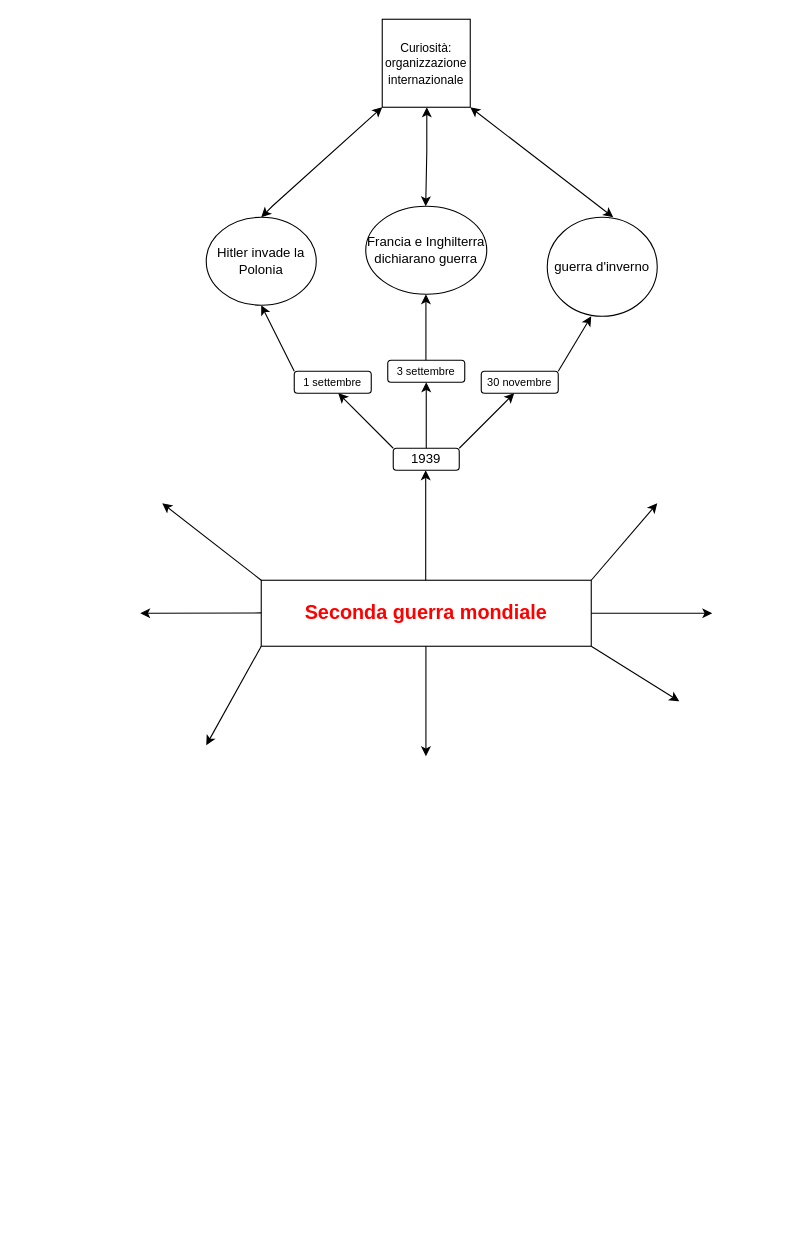
The draw.io diagram Diagramma senza titolo.drawio in alice-caroli/ww2site, before the edit. Source tidied: cells renumbered, new cells numbered last; positions are measured from the earlier drawing's top-left corner, leaving out a move shared by most shapes. Both pictures are drawn from the tidied source at 110%, with x=0, y=0 at pixel (140, 19).
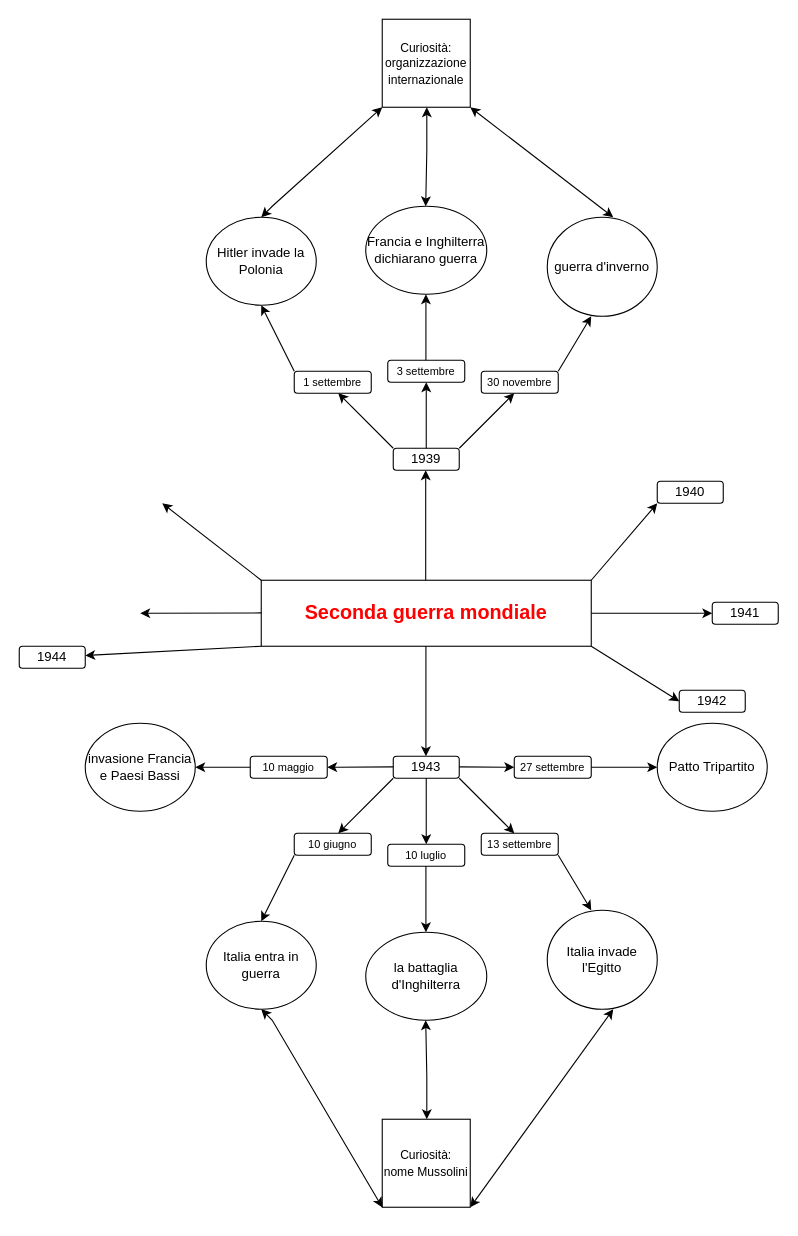
The same page after the edit.

Commit message (it also covers changes not shown here):
mappa concettuale

Diff of the diagram source:
```diff
@@
-    <mxCell id="7" style="endArrow=classic;html=1;rounded=0;" parent="1" edge="1">
+    <mxCell id="7" style="endArrow=classic;html=1;rounded=0;" parent="1" edge="1" source="61">
       <mxGeometry relative="1" as="geometry">
-        <mxPoint x="110" y="570" as="sourcePoint" />
-        <mxPoint x="60" y="660" as="targetPoint" />
+        <mxPoint x="-60" y="590" as="targetPoint" />
       </mxGeometry>
     </mxCell>
@@
+    <mxCell id="29" value="invasione Francia e Paesi Bassi" style="ellipse;whiteSpace=wrap;html=1;" parent="1" vertex="1">
+      <mxGeometry x="-50" y="640" width="100" height="80" as="geometry" />
+    </mxCell>
+    <mxCell id="30" value="Patto Tripartito" style="ellipse;whiteSpace=wrap;html=1;" parent="1" vertex="1">
+      <mxGeometry x="470" y="640" width="100" height="80" as="geometry" />
+    </mxCell>
+    <mxCell id="31" style="group;" parent="1" vertex="1">
+      <mxGeometry x="60" y="670" width="410" height="410" as="geometry" />
+    </mxCell>
+    <mxCell id="32" style="group;flipV=1;" parent="31" vertex="1">
+      <mxGeometry width="410" height="410" as="geometry" />
+    </mxCell>
+    <mxCell id="33" value="1943" style="rounded=1;whiteSpace=wrap;html=1;" parent="32" vertex="1">
+      <mxGeometry x="170" width="60" height="20" as="geometry" />
+    </mxCell>
+    <mxCell id="34" style="endArrow=classic;html=1;rounded=0;" parent="32" edge="1">
+      <mxGeometry relative="1" as="geometry">
+        <mxPoint x="170" y="20" as="sourcePoint" />
+        <mxPoint x="120" y="70" as="targetPoint" />
+      </mxGeometry>
+    </mxCell>
+    <mxCell id="35" style="endArrow=classic;html=1;rounded=0;" parent="32" edge="1">
+      <mxGeometry relative="1" as="geometry">
+        <mxPoint x="230" y="20" as="sourcePoint" />
+        <mxPoint x="280" y="70" as="targetPoint" />
+        <Array as="points">
+          <mxPoint x="270" y="60" />
+        </Array>
+      </mxGeometry>
+    </mxCell>
+    <mxCell id="36" style="endArrow=classic;html=1;rounded=0;" parent="32" edge="1" source="40">
+      <mxGeometry relative="1" as="geometry">
+        <mxPoint x="200" y="80" as="targetPoint" />
+      </mxGeometry>
+    </mxCell>
+    <mxCell id="37" value="&lt;span style=&quot;font-size: 10px;&quot;&gt;10 giugno&lt;/span&gt;" style="rounded=1;whiteSpace=wrap;html=1;" parent="32" vertex="1">
+      <mxGeometry x="80" y="70" width="70" height="20" as="geometry" />
+    </mxCell>
+    <mxCell id="38" value="&lt;span style=&quot;font-size: 10px;&quot;&gt;13 settembre&lt;/span&gt;" style="rounded=1;whiteSpace=wrap;html=1;" parent="32" vertex="1">
+      <mxGeometry x="250" y="70" width="70" height="20" as="geometry" />
+    </mxCell>
+    <mxCell id="39" style="endArrow=classic;html=1;rounded=0;" parent="32" edge="1" target="40">
+      <mxGeometry relative="1" as="geometry">
+        <mxPoint x="200" y="20" as="sourcePoint" />
+      </mxGeometry>
+    </mxCell>
+    <mxCell id="40" value="&lt;span style=&quot;font-size: 10px;&quot;&gt;10 luglio&lt;/span&gt;" style="rounded=1;whiteSpace=wrap;html=1;" parent="32" vertex="1">
+      <mxGeometry x="165" y="80" width="70" height="20" as="geometry" />
+    </mxCell>
+    <mxCell id="41" style="endArrow=classic;html=1;rounded=0;" parent="32" edge="1">
+      <mxGeometry relative="1" as="geometry">
+        <mxPoint x="80" y="90" as="sourcePoint" />
+        <mxPoint x="50" y="150" as="targetPoint" />
+      </mxGeometry>
+    </mxCell>
+    <mxCell id="42" style="endArrow=classic;html=1;rounded=0;" parent="32" edge="1">
+      <mxGeometry relative="1" as="geometry">
+        <mxPoint x="199.7" y="100" as="sourcePoint" />
+        <mxPoint x="199.7" y="160" as="targetPoint" />
+      </mxGeometry>
+    </mxCell>
+    <mxCell id="43" style="endArrow=classic;html=1;rounded=0;" parent="32" edge="1">
+      <mxGeometry relative="1" as="geometry">
+        <mxPoint x="320" y="90" as="sourcePoint" />
+        <mxPoint x="350" y="140" as="targetPoint" />
+      </mxGeometry>
+    </mxCell>
+    <mxCell id="44" value="Italia entra in guerra" style="ellipse;whiteSpace=wrap;html=1;" parent="32" vertex="1">
+      <mxGeometry y="150" width="100" height="80" as="geometry" />
+    </mxCell>
+    <mxCell id="45" value="la battaglia d'Inghilterra" style="ellipse;whiteSpace=wrap;html=1;" parent="32" vertex="1">
+      <mxGeometry x="145" y="160" width="110" height="80" as="geometry" />
+    </mxCell>
+    <mxCell id="46" value="Italia invade l'Egitto" style="ellipse;whiteSpace=wrap;html=1;" parent="32" vertex="1">
+      <mxGeometry x="310" y="140" width="100" height="90" as="geometry" />
+    </mxCell>
+    <mxCell id="47" value="&lt;font style=&quot;font-size: 11px;&quot;&gt;Curiosità:&lt;br&gt;nome Mussolini&lt;br&gt;&lt;/font&gt;" style="whiteSpace=wrap;html=1;" parent="32" vertex="1">
+      <mxGeometry x="160" y="330" width="80" height="80" as="geometry" />
+    </mxCell>
+    <mxCell id="48" style="endArrow=classic;startArrow=classic;html=1;rounded=0;entryX=0;entryY=1;entryDx=0;entryDy=0;" parent="32" edge="1" target="47">
+      <mxGeometry relative="1" as="geometry">
+        <mxPoint x="50" y="230" as="sourcePoint" />
+        <Array as="points">
+          <mxPoint x="60" y="240" />
+        </Array>
+      </mxGeometry>
+    </mxCell>
+    <mxCell id="49" style="endArrow=classic;startArrow=classic;html=1;rounded=0;entryX=0.438;entryY=1;entryDx=0;entryDy=0;entryPerimeter=0;" parent="32" edge="1">
+      <mxGeometry relative="1" as="geometry">
+        <mxPoint x="199.5" y="240" as="sourcePoint" />
+        <mxPoint x="200.5" y="330" as="targetPoint" />
+        <Array as="points">
+          <mxPoint x="200.5" y="290" />
+        </Array>
+      </mxGeometry>
+    </mxCell>
+    <mxCell id="50" style="endArrow=classic;startArrow=classic;html=1;rounded=0;entryX=1;entryY=1;entryDx=0;entryDy=0;" parent="32" edge="1" target="47">
+      <mxGeometry relative="1" as="geometry">
+        <mxPoint x="370" y="230" as="sourcePoint" />
+      </mxGeometry>
+    </mxCell>
+    <mxCell id="51" style="endArrow=classic;html=1;rounded=0;" parent="32" edge="1">
+      <mxGeometry relative="1" as="geometry">
+        <mxPoint x="230" y="9.7" as="sourcePoint" />
+        <mxPoint x="280" y="10" as="targetPoint" />
+      </mxGeometry>
+    </mxCell>
+    <mxCell id="52" value="&lt;font style=&quot;font-size: 10px;&quot;&gt;27 settembre&lt;/font&gt;" style="rounded=1;whiteSpace=wrap;html=1;" parent="32" vertex="1">
+      <mxGeometry x="280" width="70" height="20" as="geometry" />
+    </mxCell>
+    <mxCell id="53" style="endArrow=classic;html=1;rounded=0;" parent="32" edge="1">
+      <mxGeometry relative="1" as="geometry">
+        <mxPoint x="170" y="9.7" as="sourcePoint" />
+        <mxPoint x="110" y="10" as="targetPoint" />
+      </mxGeometry>
+    </mxCell>
+    <mxCell id="54" value="&lt;font style=&quot;font-size: 10px;&quot;&gt;10 maggio&lt;/font&gt;" style="rounded=1;whiteSpace=wrap;html=1;" parent="32" vertex="1">
+      <mxGeometry x="40" width="70" height="20" as="geometry" />
+    </mxCell>
+    <mxCell id="55" style="endArrow=classic;html=1;rounded=0;entryX=1;entryY=0.5;entryDx=0;entryDy=0;" parent="31" edge="1" target="29">
+      <mxGeometry relative="1" as="geometry">
+        <mxPoint x="40" y="10" as="sourcePoint" />
+      </mxGeometry>
+    </mxCell>
+    <mxCell id="56" style="endArrow=classic;html=1;rounded=0;" parent="31" edge="1">
+      <mxGeometry relative="1" as="geometry">
+        <mxPoint x="350" y="10" as="sourcePoint" />
+        <mxPoint x="410" y="10" as="targetPoint" />
+      </mxGeometry>
+    </mxCell>
+    <mxCell id="57" value="1941" style="rounded=1;whiteSpace=wrap;html=1;" parent="1" vertex="1">
+      <mxGeometry x="520" y="530" width="60" height="20" as="geometry" />
+    </mxCell>
+    <mxCell id="58" value="1940" style="rounded=1;whiteSpace=wrap;html=1;" parent="1" vertex="1">
+      <mxGeometry x="470" y="420" width="60" height="20" as="geometry" />
+    </mxCell>
+    <mxCell id="59" value="1942" style="rounded=1;whiteSpace=wrap;html=1;" parent="1" vertex="1">
+      <mxGeometry x="490" y="610" width="60" height="20" as="geometry" />
+    </mxCell>
+    <mxCell id="60" style="endArrow=classic;html=1;rounded=0;" parent="1" edge="1" target="61">
+      <mxGeometry relative="1" as="geometry">
+        <mxPoint x="110" y="570" as="sourcePoint" />
+      </mxGeometry>
+    </mxCell>
+    <mxCell id="61" value="1944" style="rounded=1;whiteSpace=wrap;html=1;" parent="1" vertex="1">
+      <mxGeometry x="-110" y="570" width="60" height="20" as="geometry" />
+    </mxCell>
```
